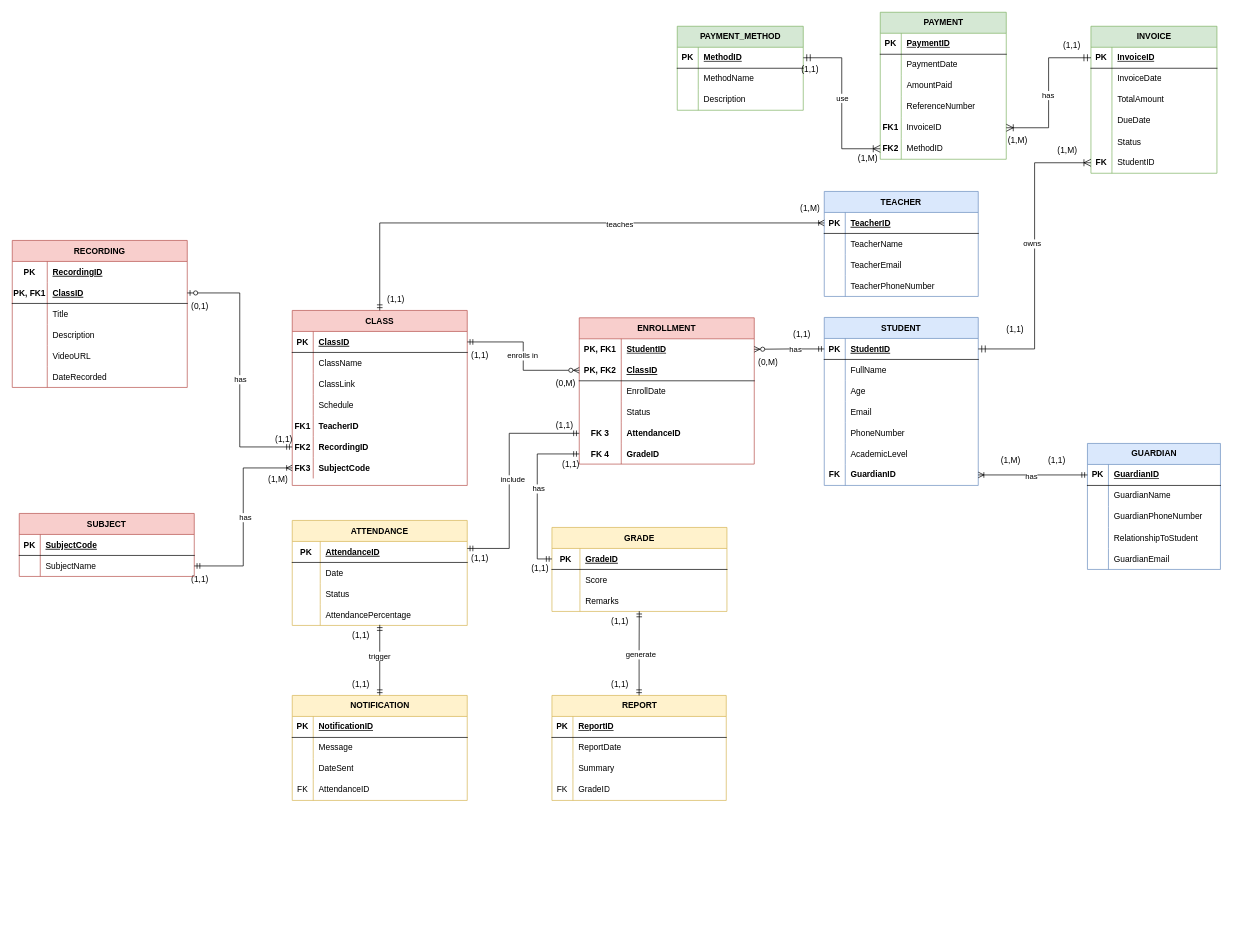
This is OverallDiagram.drawio from EzraChai/CMT221-Assignment, a draw.io file, before an edit. Source tidied: cells renumbered, new cells numbered last; positions are measured from the earlier drawing's top-left corner, leaving out a move shared by most shapes. Both pictures are drawn from the tidied source at 70%, with x=0, y=0 at pixel (12, 12).
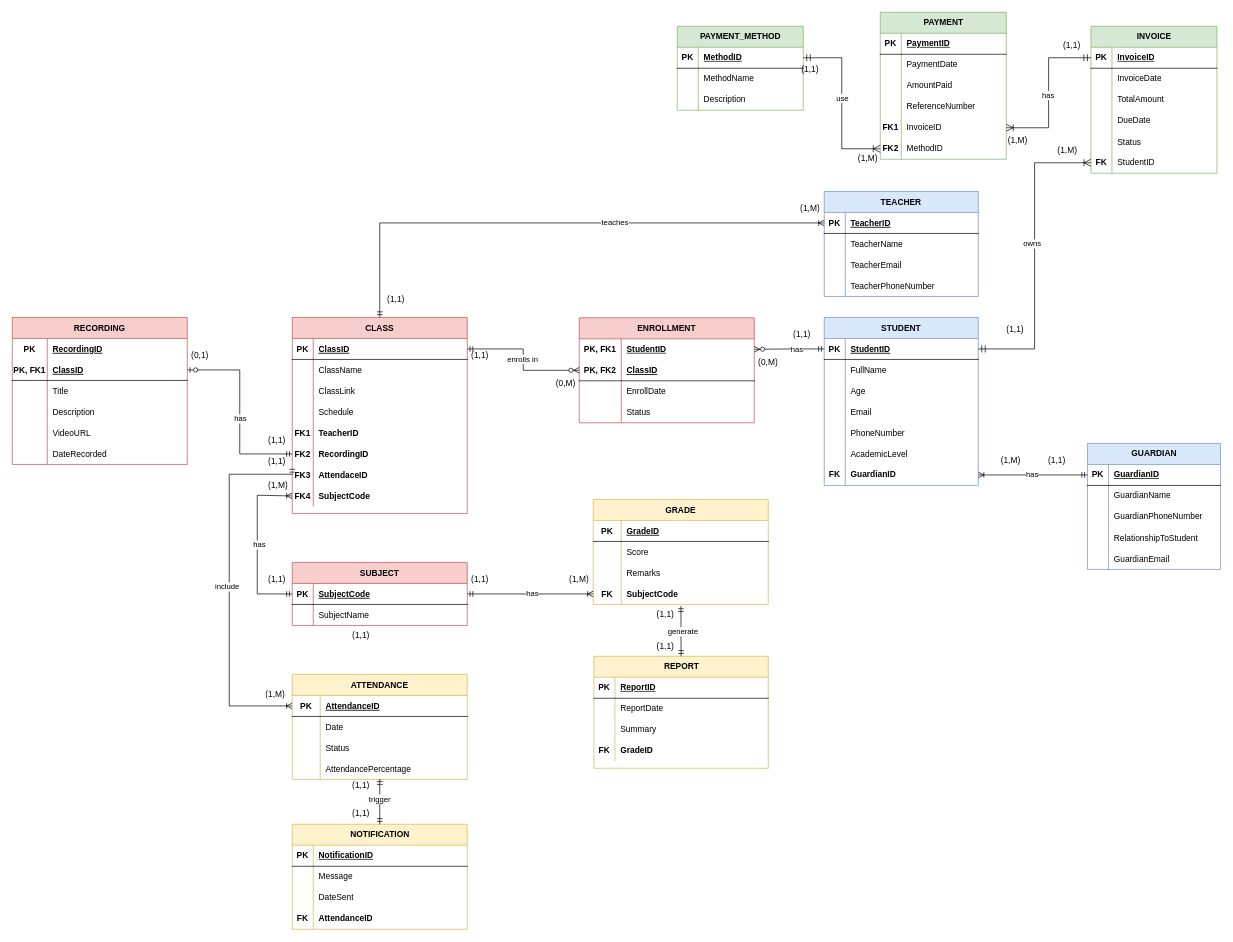
The same page after the edit.

The change refers to these unchanged cells:
```xml
<mxCell id="85" style="edgeStyle=orthogonalEdgeStyle;fontSize=12;html=1;endArrow=ERoneToMany;startArrow=ERmandOne;rounded=0;entryX=0;entryY=0.5;entryDx=0;entryDy=0;strokeColor=default;exitX=0.5;exitY=0;exitDx=0;exitDy=0;" parent="1" edge="1" source="34" target="22">
  <mxGeometry relative="1" as="geometry" />
</mxCell>
<mxCell id="109" style="edgeStyle=orthogonalEdgeStyle;fontSize=12;html=1;endArrow=ERzeroToMany;startArrow=ERmandOne;rounded=0;entryX=1;entryY=0.5;entryDx=0;entryDy=0;exitX=0;exitY=0.5;exitDx=0;exitDy=0;" parent="1" edge="1" source="88" target="3">
  <mxGeometry relative="1" as="geometry" />
</mxCell>
<mxCell id="114" style="shape=partialRectangle;fillColor=none;points=[[0,0.5],[1,0.5]];portConstraint=eastwest;top=0;left=0;right=0;bottom=1;" parent="113" vertex="1">
  <mxGeometry y="30" width="250" height="30" as="geometry" />
</mxCell>
<mxCell id="117" style="shape=partialRectangle;fillColor=none;points=[[0,0.5],[1,0.5]];portConstraint=eastwest;top=0;left=0;right=0;bottom=0;" parent="113" vertex="1">
  <mxGeometry y="60" width="250" height="30" as="geometry" />
</mxCell>
<mxCell id="125" style="shape=partialRectangle;fillColor=none;points=[[0,0.5],[1,0.5]];portConstraint=eastwest;top=0;left=0;right=0;bottom=1;" parent="124" vertex="1">
  <mxGeometry y="30" width="250" height="30" as="geometry" />
</mxCell>
<mxCell id="140" style="shape=partialRectangle;fillColor=none;points=[[0,0.5],[1,0.5]];portConstraint=eastwest;top=0;left=0;right=0;bottom=1;" parent="139" vertex="1">
  <mxGeometry y="30" width="250" height="30" as="geometry" />
</mxCell>
<mxCell id="146" style="shape=partialRectangle;fillColor=none;points=[[0,0.5],[1,0.5]];portConstraint=eastwest;top=0;left=0;right=0;bottom=0;" parent="139" vertex="1">
  <mxGeometry y="90" width="250" height="30" as="geometry" />
</mxCell>
<mxCell id="167" style="edgeStyle=orthogonalEdgeStyle;fontSize=12;html=1;endArrow=ERoneToMany;rounded=0;startArrow=ERmandOne;startFill=0;exitX=0;exitY=0.5;exitDx=0;exitDy=0;entryX=1;entryY=0.5;entryDx=0;entryDy=0;" parent="1" edge="1" source="152" target="106">
  <mxGeometry relative="1" as="geometry" />
</mxCell>
<mxCell id="241" style="shape=tableRow;horizontal=0;startSize=0;swimlaneHead=0;swimlaneBody=0;fillColor=none;top=0;left=0;right=0;bottom=0;" parent="231" vertex="1">
  <mxGeometry y="120" width="249" height="30" as="geometry" />
</mxCell>
<mxCell id="254" style="shape=tableRow;horizontal=0;startSize=0;swimlaneHead=0;swimlaneBody=0;fillColor=none;top=0;left=0;right=0;bottom=0;" parent="244" vertex="1">
  <mxGeometry y="120" width="250" height="30" as="geometry" />
</mxCell>
```

What changed in the source:
```diff
@@
     <mxCell id="2" value="ENROLLMENT" style="shape=table;startSize=30;childLayout=tableLayout;rowLines=0;fontStyle=1;align=center;fillColor=#f8cecc;strokeColor=#b85450;" parent="1" vertex="1">
-      <mxGeometry x="810" y="436.5" width="250" height="209" as="geometry" />
+      <mxGeometry x="810" y="436.5" width="250" height="150" as="geometry" />
     </mxCell>
@@
-    <mxCell id="15" style="shape=partialRectangle;fillColor=none;points=[[0,0.5],[1,0.5]];portConstraint=eastwest;top=0;left=0;right=0;bottom=0;" parent="2" vertex="1">
-      <mxGeometry y="150" width="250" height="30" as="geometry" />
-    </mxCell>
-    <mxCell id="16" value="FK 3" style="shape=partialRectangle;overflow=hidden;fillColor=none;top=0;left=0;bottom=0;right=0;fontStyle=1;" parent="15" vertex="1">
-      <mxGeometry width="60" height="30" as="geometry" />
-    </mxCell>
-    <mxCell id="17" value="AttendanceID" style="shape=partialRectangle;overflow=hidden;fillColor=none;top=0;left=0;bottom=0;right=0;align=left;spacingLeft=6;fontStyle=1;" parent="15" vertex="1">
-      <mxGeometry x="60" width="190" height="30" as="geometry" />
-    </mxCell>
-    <mxCell id="18" style="shape=partialRectangle;fillColor=none;points=[[0,0.5],[1,0.5]];portConstraint=eastwest;top=0;left=0;right=0;bottom=0;" parent="2" vertex="1">
-      <mxGeometry y="180" width="250" height="29" as="geometry" />
-    </mxCell>
-    <mxCell id="19" value="FK 4" style="shape=partialRectangle;overflow=hidden;fillColor=none;top=0;left=0;bottom=0;right=0;fontStyle=1;" parent="18" vertex="1">
-      <mxGeometry width="60" height="29" as="geometry" />
-    </mxCell>
-    <mxCell id="20" value="GradeID" style="shape=partialRectangle;overflow=hidden;fillColor=none;top=0;left=0;bottom=0;right=0;align=left;spacingLeft=6;fontStyle=1;" parent="18" vertex="1">
-      <mxGeometry x="60" width="190" height="29" as="geometry" />
-    </mxCell>
@@
     <mxCell id="34" value="CLASS" style="shape=table;startSize=30;childLayout=tableLayout;rowLines=0;fontStyle=1;align=center;fillColor=#f8cecc;strokeColor=#b85450;" parent="1" vertex="1">
-      <mxGeometry x="400" y="426" width="250" height="250" as="geometry" />
+      <mxGeometry x="400" y="436" width="250" height="280" as="geometry" />
     </mxCell>
@@
+    <mxCell id="269" style="shape=partialRectangle;fillColor=none;points=[[0,0.5],[1,0.5]];portConstraint=eastwest;top=0;left=0;right=0;bottom=0;" parent="34" vertex="1">
+      <mxGeometry y="210" width="250" height="30" as="geometry" />
+    </mxCell>
+    <mxCell id="270" value="FK3" style="shape=partialRectangle;overflow=hidden;fillColor=none;top=0;left=0;bottom=0;right=0;fontStyle=1;" parent="269" vertex="1">
+      <mxGeometry width="30" height="30" as="geometry" />
+    </mxCell>
+    <mxCell id="271" value="AttendaceID" style="shape=partialRectangle;overflow=hidden;fillColor=none;top=0;left=0;bottom=0;right=0;align=left;spacingLeft=6;fontStyle=1;" parent="269" vertex="1">
+      <mxGeometry x="30" width="220" height="30" as="geometry" />
+    </mxCell>
     <mxCell id="53" style="shape=partialRectangle;fillColor=none;points=[[0,0.5],[1,0.5]];portConstraint=eastwest;top=0;left=0;right=0;bottom=0;" parent="34" vertex="1">
-      <mxGeometry y="210" width="250" height="30" as="geometry" />
+      <mxGeometry y="240" width="250" height="30" as="geometry" />
     </mxCell>
-    <mxCell id="54" value="FK3" style="shape=partialRectangle;overflow=hidden;fillColor=none;top=0;left=0;bottom=0;right=0;fontStyle=1;" parent="53" vertex="1">
+    <mxCell id="54" value="FK4" style="shape=partialRectangle;overflow=hidden;fillColor=none;top=0;left=0;bottom=0;right=0;fontStyle=1;" parent="53" vertex="1">
       <mxGeometry width="30" height="30" as="geometry" />
     </mxCell>
@@
     <mxCell id="56" value="RECORDING" style="shape=table;startSize=30;childLayout=tableLayout;rowLines=0;fontStyle=1;align=center;fillColor=#f8cecc;strokeColor=#b85450;" parent="1" vertex="1">
-      <mxGeometry y="326" width="250" height="210" as="geometry" />
+      <mxGeometry y="436" width="250" height="210" as="geometry" />
     </mxCell>
@@
     <mxCell id="77" value="(1,1)" style="text;strokeColor=none;fillColor=none;spacingLeft=4;spacingRight=4;overflow=hidden;fontSize=12;whiteSpace=wrap;html=1;" parent="1" vertex="1">
-      <mxGeometry x="370" y="596" width="60" height="30" as="geometry" />
+      <mxGeometry x="360" y="597.5" width="60" height="30" as="geometry" />
     </mxCell>
     <mxCell id="78" value="(0,1)" style="text;strokeColor=none;fillColor=none;spacingLeft=4;spacingRight=4;overflow=hidden;fontSize=12;whiteSpace=wrap;html=1;" parent="1" vertex="1">
-      <mxGeometry x="250" y="406" width="60" height="30" as="geometry" />
+      <mxGeometry x="250" y="476" width="60" height="30" as="geometry" />
     </mxCell>
@@
     <mxCell id="86" value="teaches" style="edgeLabel;html=1;align=center;verticalAlign=middle;" parent="85" vertex="1">
-      <mxGeometry x="0.23" y="-1" relative="1" as="geometry" />
+      <mxGeometry x="0.22" y="2" relative="1" as="geometry" />
     </mxCell>
@@
-    <mxCell id="110" value="has" style="edgeLabel;html=1;align=center;verticalAlign=middle;" parent="109" vertex="1">
-      <mxGeometry x="-0.16" relative="1" as="geometry" />
-    </mxCell>
+    <mxCell id="272" value="has" style="edgeLabel;html=1;align=center;verticalAlign=middle;" parent="109" vertex="1">
+      <mxGeometry x="-0.21" relative="1" as="geometry" />
+    </mxCell>
-    <mxCell id="111" value="(1,1)" style="text;strokeColor=none;fillColor=none;spacingLeft=4;spacingRight=4;overflow=hidden;fontSize=12;whiteSpace=wrap;html=1;" parent="1" vertex="1">
-      <mxGeometry x="250" y="796" width="60" height="30" as="geometry" />
+    <mxCell id="111" value="(1,M)" style="text;strokeColor=none;fillColor=none;spacingLeft=4;spacingRight=4;overflow=hidden;fontSize=12;whiteSpace=wrap;html=1;" parent="1" vertex="1">
+      <mxGeometry x="356" y="960" width="60" height="30" as="geometry" />
     </mxCell>
@@
     <mxCell id="113" value="SUBJECT" style="shape=table;startSize=30;childLayout=tableLayout;rowLines=0;fontStyle=1;align=center;fillColor=#f8cecc;strokeColor=#b85450;" parent="1" vertex="1">
-      <mxGeometry x="10" y="716" width="250" height="90" as="geometry" />
+      <mxGeometry x="400" y="786" width="250" height="90" as="geometry" />
     </mxCell>
@@
-    <mxCell id="120" style="fontSize=12;html=1;endArrow=ERoneToMany;startArrow=ERmandOne;rounded=0;exitX=1;exitY=0.5;exitDx=0;exitDy=0;entryX=0;entryY=0.5;entryDx=0;entryDy=0;edgeStyle=orthogonalEdgeStyle;endFill=0;" parent="1" edge="1" source="117" target="53">
-      <mxGeometry relative="1" as="geometry" />
+    <mxCell id="120" style="fontSize=12;html=1;endArrow=ERoneToMany;startArrow=ERmandOne;rounded=0;exitX=0;exitY=0.5;exitDx=0;exitDy=0;entryX=0;entryY=0.5;entryDx=0;entryDy=0;edgeStyle=orthogonalEdgeStyle;endFill=0;" parent="1" edge="1" source="114" target="53">
+      <mxGeometry relative="1" as="geometry">
+        <Array as="points">
+          <mxPoint x="350" y="831" />
+          <mxPoint x="350" y="690" />
+          <mxPoint x="400" y="690" />
+        </Array>
+      </mxGeometry>
     </mxCell>
@@
-    <mxCell id="123" value="(1,M)" style="text;strokeColor=none;fillColor=none;spacingLeft=4;spacingRight=4;overflow=hidden;fontSize=12;whiteSpace=wrap;html=1;" parent="1" vertex="1">
-      <mxGeometry x="360" y="653.5" width="40" height="30" as="geometry" />
-    </mxCell>
     <mxCell id="124" value="ATTENDANCE" style="shape=table;startSize=30;childLayout=tableLayout;rowLines=0;fontStyle=1;align=center;fillColor=#fff2cc;strokeColor=#d6b656;" parent="1" vertex="1">
-      <mxGeometry x="400" y="726" width="250" height="150" as="geometry" />
+      <mxGeometry x="400" y="946" width="250" height="150" as="geometry" />
     </mxCell>
@@
-    <mxCell id="137" style="edgeStyle=orthogonalEdgeStyle;fontSize=12;html=1;endArrow=ERmandOne;startArrow=ERmandOne;rounded=0;entryX=0;entryY=0.5;entryDx=0;entryDy=0;" parent="1" edge="1" target="15">
+    <mxCell id="137" style="edgeStyle=orthogonalEdgeStyle;fontSize=12;html=1;endArrow=ERoneToMany;startArrow=ERmandOne;rounded=0;entryX=0;entryY=0.5;entryDx=0;entryDy=0;endFill=0;exitX=0;exitY=0.5;exitDx=0;exitDy=0;" parent="1" edge="1" source="269" target="125">
       <mxGeometry relative="1" as="geometry">
-        <mxPoint x="650" y="766" as="sourcePoint" />
         <Array as="points">
-          <mxPoint x="710" y="766" />
-          <mxPoint x="710" y="602" />
+          <mxPoint x="310" y="660" />
+          <mxPoint x="310" y="991" />
         </Array>
       </mxGeometry>
     </mxCell>
@@
     <mxCell id="139" value="GRADE" style="shape=table;startSize=30;childLayout=tableLayout;rowLines=0;fontStyle=1;align=center;fillColor=#fff2cc;strokeColor=#d6b656;" parent="1" vertex="1">
-      <mxGeometry x="771" y="736" width="250" height="120" as="geometry" />
+      <mxGeometry x="830" y="696" width="250" height="150" as="geometry" />
     </mxCell>
@@
+    <mxCell id="273" style="shape=partialRectangle;fillColor=none;points=[[0,0.5],[1,0.5]];portConstraint=eastwest;top=0;left=0;right=0;bottom=0;" parent="139" vertex="1">
+      <mxGeometry y="120" width="250" height="30" as="geometry" />
+    </mxCell>
+    <mxCell id="274" value="FK" style="shape=partialRectangle;overflow=hidden;fillColor=none;top=0;left=0;bottom=0;right=0;fontStyle=1;" parent="273" vertex="1">
+      <mxGeometry width="40" height="30" as="geometry" />
+    </mxCell>
+    <mxCell id="275" value="SubjectCode" style="shape=partialRectangle;overflow=hidden;fillColor=none;top=0;left=0;bottom=0;right=0;align=left;spacingLeft=6;fontStyle=1;" parent="273" vertex="1">
+      <mxGeometry x="40" width="210" height="30" as="geometry" />
+    </mxCell>
-    <mxCell id="149" style="edgeStyle=orthogonalEdgeStyle;fontSize=12;html=1;endArrow=ERmandOne;startArrow=ERmandOne;rounded=0;entryX=0;entryY=0.5;entryDx=0;entryDy=0;exitX=0;exitY=0.5;exitDx=0;exitDy=0;" parent="1" edge="1" source="140" target="18">
-      <mxGeometry relative="1" as="geometry">
-        <Array as="points">
-          <mxPoint x="750" y="781" />
-          <mxPoint x="750" y="631" />
-        </Array>
-      </mxGeometry>
+    <mxCell id="149" style="edgeStyle=orthogonalEdgeStyle;fontSize=12;html=1;endArrow=ERoneToMany;startArrow=ERmandOne;rounded=0;entryX=0;entryY=0.5;entryDx=0;entryDy=0;exitX=1;exitY=0.5;exitDx=0;exitDy=0;endFill=0;" parent="1" edge="1" source="114" target="273">
+      <mxGeometry relative="1" as="geometry" />
     </mxCell>
-    <mxCell id="150" value="has" style="edgeLabel;html=1;align=center;verticalAlign=middle;" parent="149" vertex="1">
-      <mxGeometry x="0.06" y="-1" relative="1" as="geometry" />
-    </mxCell>
+    <mxCell id="276" value="has" style="edgeLabel;html=1;align=center;verticalAlign=middle;" parent="149" vertex="1">
+      <mxGeometry x="0.02" y="2" relative="1" as="geometry" />
+    </mxCell>
@@
-    <mxCell id="168" value="has" style="edgeLabel;html=1;align=center;verticalAlign=middle;" parent="167" vertex="1">
-      <mxGeometry x="0.04" y="2" relative="1" as="geometry" />
-    </mxCell>
+    <mxCell id="277" value="has" style="edgeLabel;html=1;align=center;verticalAlign=middle;" parent="167" vertex="1">
+      <mxGeometry x="0.02" y="-1" relative="1" as="geometry" />
+    </mxCell>
@@
     <mxCell id="231" value="REPORT" style="shape=table;startSize=30;childLayout=tableLayout;rowLines=0;fontStyle=1;align=center;html=1;fillColor=#fff2cc;strokeColor=#d6b656;" parent="1" vertex="1">
-      <mxGeometry x="771" y="976" width="249" height="150" as="geometry" />
+      <mxGeometry x="831" y="920" width="249" height="160" as="geometry" />
     </mxCell>
@@
-    <mxCell id="242" value="FK" style="shape=partialRectangle;fillColor=none;top=0;left=0;bottom=0;right=0;fontStyle=0;overflow=hidden;whiteSpace=wrap;html=1;" parent="241" vertex="1">
+    <mxCell id="242" value="&lt;b&gt;FK&lt;/b&gt;" style="shape=partialRectangle;fillColor=none;top=0;left=0;bottom=0;right=0;fontStyle=0;overflow=hidden;whiteSpace=wrap;html=1;" parent="241" vertex="1">
       <mxGeometry width="30" height="30" as="geometry" />
     </mxCell>
-    <mxCell id="243" value="GradeID" style="shape=partialRectangle;fillColor=none;top=0;left=0;bottom=0;right=0;align=left;spacingLeft=6;fontStyle=0;overflow=hidden;whiteSpace=wrap;html=1;" parent="241" vertex="1">
+    <mxCell id="243" value="&lt;b&gt;GradeID&lt;/b&gt;" style="shape=partialRectangle;fillColor=none;top=0;left=0;bottom=0;right=0;align=left;spacingLeft=6;fontStyle=0;overflow=hidden;whiteSpace=wrap;html=1;" parent="241" vertex="1">
       <mxGeometry x="30" width="219" height="30" as="geometry" />
     </mxCell>
     <mxCell id="244" value="NOTIFICATION" style="shape=table;startSize=30;childLayout=tableLayout;rowLines=0;fontStyle=1;align=center;html=1;fillColor=#fff2cc;strokeColor=#d6b656;" parent="1" vertex="1">
-      <mxGeometry x="400" y="976" width="250" height="150" as="geometry" />
+      <mxGeometry x="400" y="1160" width="250" height="150" as="geometry" />
     </mxCell>
@@
-    <mxCell id="255" value="FK" style="shape=partialRectangle;fillColor=none;top=0;left=0;bottom=0;right=0;fontStyle=0;overflow=hidden;whiteSpace=wrap;html=1;" parent="254" vertex="1">
+    <mxCell id="255" value="&lt;b&gt;FK&lt;/b&gt;" style="shape=partialRectangle;fillColor=none;top=0;left=0;bottom=0;right=0;fontStyle=0;overflow=hidden;whiteSpace=wrap;html=1;" parent="254" vertex="1">
       <mxGeometry width="30" height="30" as="geometry" />
     </mxCell>
-    <mxCell id="256" value="AttendanceID" style="shape=partialRectangle;fillColor=none;top=0;left=0;bottom=0;right=0;align=left;spacingLeft=6;fontStyle=0;overflow=hidden;whiteSpace=wrap;html=1;" parent="254" vertex="1">
+    <mxCell id="256" value="&lt;b&gt;AttendanceID&lt;/b&gt;" style="shape=partialRectangle;fillColor=none;top=0;left=0;bottom=0;right=0;align=left;spacingLeft=6;fontStyle=0;overflow=hidden;whiteSpace=wrap;html=1;" parent="254" vertex="1">
       <mxGeometry x="30" width="220" height="30" as="geometry" />
     </mxCell>
@@
-    <mxCell id="259" style="fontSize=12;html=1;endArrow=ERmandOne;endFill=0;rounded=0;startArrow=ERmandOne;startFill=0;exitX=0.5;exitY=0;exitDx=0;exitDy=0;edgeStyle=orthogonalEdgeStyle;entryX=0.499;entryY=0.988;entryDx=0;entryDy=0;entryPerimeter=0;" parent="1" edge="1" source="231" target="146">
+    <mxCell id="259" style="fontSize=12;html=1;endArrow=ERmandOne;endFill=0;rounded=0;startArrow=ERmandOne;startFill=0;exitX=0.5;exitY=0;exitDx=0;exitDy=0;entryX=0.501;entryY=1.071;entryDx=0;entryDy=0;entryPerimeter=0;" parent="1" edge="1" source="231" target="273">
       <mxGeometry relative="1" as="geometry" />
     </mxCell>
@@
-    <mxCell id="261" value="(1,1)" style="text;strokeColor=none;fillColor=none;spacingLeft=4;spacingRight=4;overflow=hidden;fontSize=12;whiteSpace=wrap;html=1;" parent="1" vertex="1">
-      <mxGeometry x="771" y="576" width="60" height="30" as="geometry" />
-    </mxCell>
-    <mxCell id="262" value="(1,1)" style="text;strokeColor=none;fillColor=none;spacingLeft=4;spacingRight=4;overflow=hidden;fontSize=12;whiteSpace=wrap;html=1;" parent="1" vertex="1">
-      <mxGeometry x="780" y="632" width="60" height="30" as="geometry" />
-    </mxCell>
     <mxCell id="263" value="(1,1)" style="text;strokeColor=none;fillColor=none;spacingLeft=4;spacingRight=4;overflow=hidden;fontSize=12;whiteSpace=wrap;html=1;" parent="1" vertex="1">
-      <mxGeometry x="650" y="766" width="60" height="30" as="geometry" />
+      <mxGeometry x="360" y="796" width="60" height="30" as="geometry" />
     </mxCell>
     <mxCell id="264" value="(1,1)" style="text;strokeColor=none;fillColor=none;spacingLeft=4;spacingRight=4;overflow=hidden;fontSize=12;whiteSpace=wrap;html=1;" parent="1" vertex="1">
-      <mxGeometry x="736" y="781" width="60" height="30" as="geometry" />
+      <mxGeometry x="650" y="796" width="60" height="30" as="geometry" />
     </mxCell>
-    <mxCell id="265" value="(1,1)" style="text;strokeColor=none;fillColor=none;spacingLeft=4;spacingRight=4;overflow=hidden;fontSize=12;whiteSpace=wrap;html=1;" parent="1" vertex="1">
-      <mxGeometry x="850" y="856" width="60" height="30" as="geometry" />
-    </mxCell>
-    <mxCell id="266" value="(1,1)" style="text;strokeColor=none;fillColor=none;spacingLeft=4;spacingRight=4;overflow=hidden;fontSize=12;whiteSpace=wrap;html=1;" parent="1" vertex="1">
-      <mxGeometry x="850" y="946" width="60" height="30" as="geometry" />
-    </mxCell>
@@
-    <mxCell id="268" value="(1,1)" style="text;strokeColor=none;fillColor=none;spacingLeft=4;spacingRight=4;overflow=hidden;fontSize=12;whiteSpace=wrap;html=1;" parent="1" vertex="1">
-      <mxGeometry x="480" y="946" width="60" height="30" as="geometry" />
-    </mxCell>
+    <mxCell id="278" value="(1,1)" style="text;strokeColor=none;fillColor=none;spacingLeft=4;spacingRight=4;overflow=hidden;fontSize=12;whiteSpace=wrap;html=1;" parent="1" vertex="1">
+      <mxGeometry x="360" y="627.5" width="60" height="30" as="geometry" />
+    </mxCell>
+    <mxCell id="279" value="(1,M)" style="text;strokeColor=none;fillColor=none;spacingLeft=4;spacingRight=4;overflow=hidden;fontSize=12;whiteSpace=wrap;html=1;" parent="1" vertex="1">
+      <mxGeometry x="360" y="662" width="60" height="30" as="geometry" />
+    </mxCell>
+    <mxCell id="280" value="(1,M)" style="text;strokeColor=none;fillColor=none;spacingLeft=4;spacingRight=4;overflow=hidden;fontSize=12;whiteSpace=wrap;html=1;" parent="1" vertex="1">
+      <mxGeometry x="790" y="796" width="60" height="30" as="geometry" />
+    </mxCell>
+    <mxCell id="281" value="(1,1)" style="text;strokeColor=none;fillColor=none;spacingLeft=4;spacingRight=4;overflow=hidden;fontSize=12;whiteSpace=wrap;html=1;" parent="1" vertex="1">
+      <mxGeometry x="480" y="1090" width="60" height="30" as="geometry" />
+    </mxCell>
+    <mxCell id="282" value="(1,1)" style="text;strokeColor=none;fillColor=none;spacingLeft=4;spacingRight=4;overflow=hidden;fontSize=12;whiteSpace=wrap;html=1;" parent="1" vertex="1">
+      <mxGeometry x="480" y="1130" width="60" height="30" as="geometry" />
+    </mxCell>
+    <mxCell id="283" value="(1,1)" style="text;strokeColor=none;fillColor=none;spacingLeft=4;spacingRight=4;overflow=hidden;fontSize=12;whiteSpace=wrap;html=1;" parent="1" vertex="1">
+      <mxGeometry x="915" y="846" width="60" height="30" as="geometry" />
+    </mxCell>
+    <mxCell id="284" value="(1,1)" style="text;strokeColor=none;fillColor=none;spacingLeft=4;spacingRight=4;overflow=hidden;fontSize=12;whiteSpace=wrap;html=1;" parent="1" vertex="1">
+      <mxGeometry x="915" y="892" width="60" height="30" as="geometry" />
+    </mxCell>
```
